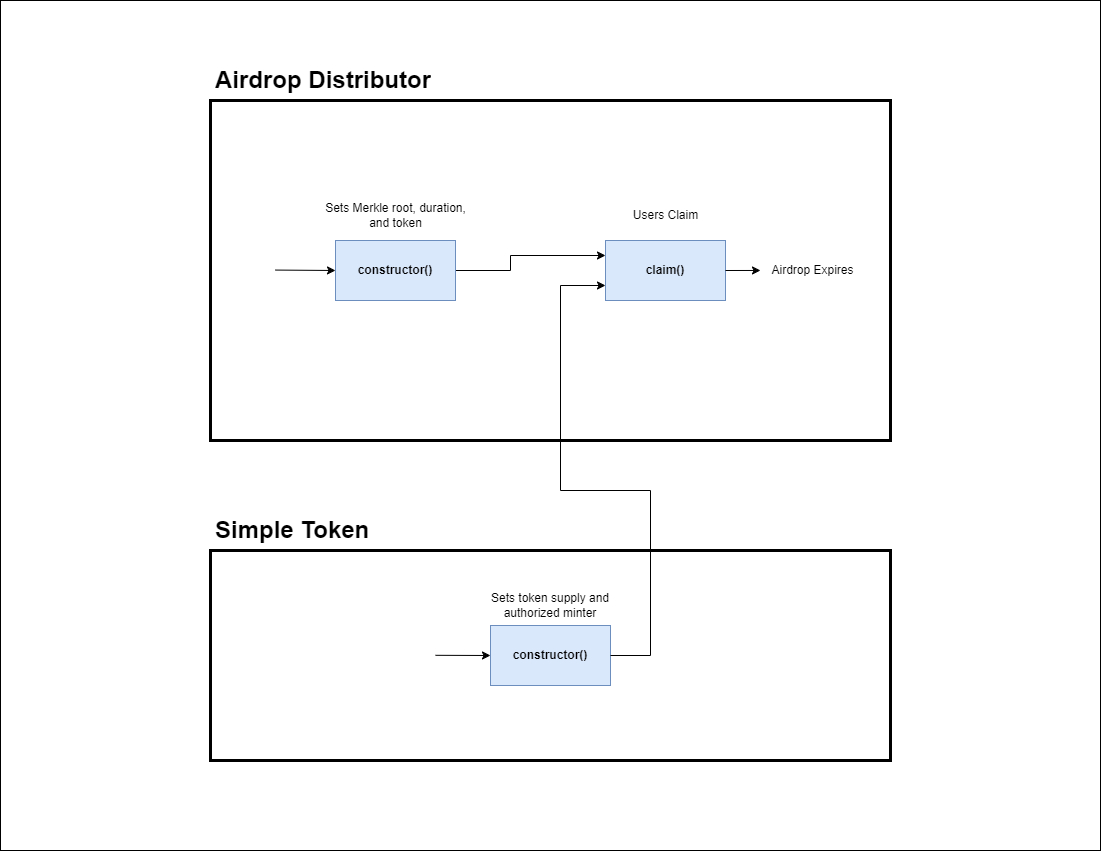
FuelLabs/sway-applications keeps this draw.io diagram as airdrop/.docs/airdrop-sequence-diagram.png. Above is the earlier version. Source tidied: cells renumbered, new cells last; positions are measured from the earlier drawing's top-left corner, leaving out a move shared by most shapes.
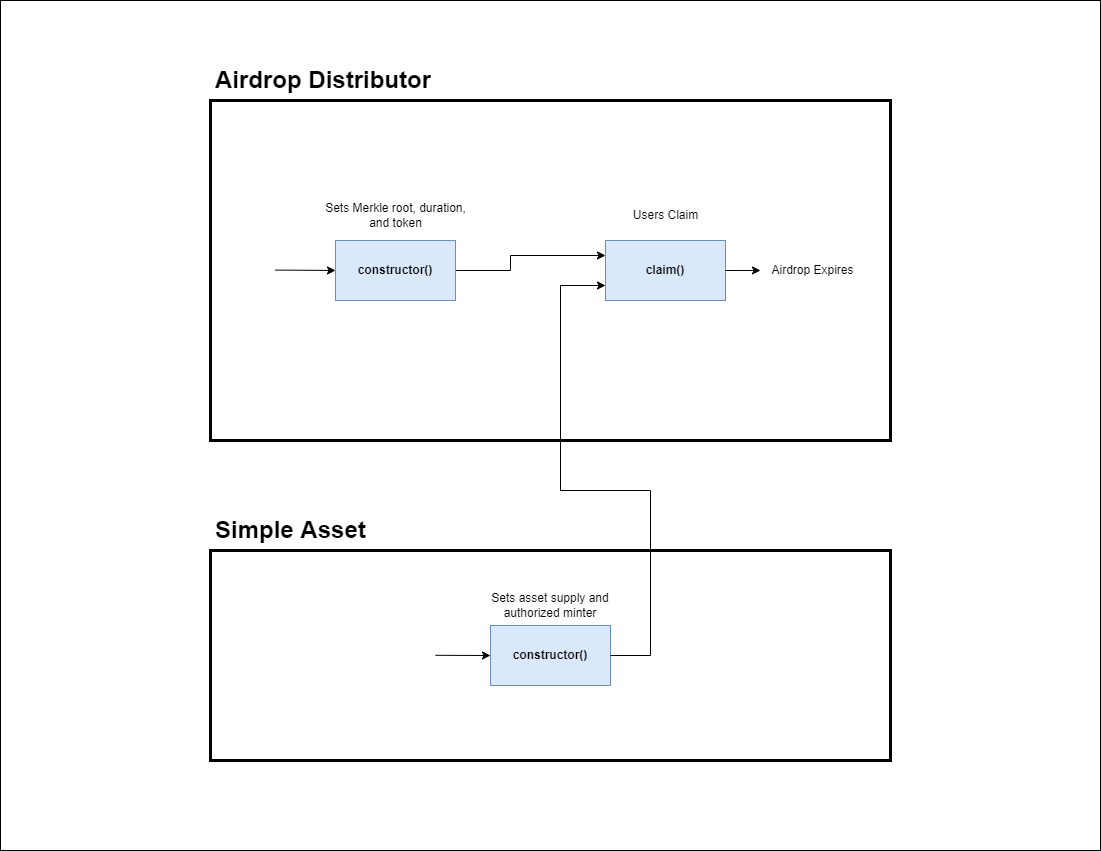
Above is the later version.

Commit message:
Update diagram for new asset terminology

The edit, as a diff of the source:
```diff
@@ -191,7 +191,7 @@
     <mxCell id="47" value="&lt;h1&gt;Airdrop Distributor&lt;/h1&gt;" style="text;html=1;strokeColor=none;fillColor=none;spacing=5;spacingTop=-20;whiteSpace=wrap;overflow=hidden;" parent="1" vertex="1">
       <mxGeometry x="210" y="60" width="275" height="120" as="geometry" />
     </mxCell>
-    <mxCell id="48" value="&lt;h1&gt;&lt;span style=&quot;background-color: initial;&quot;&gt;Simple Token&lt;/span&gt;&lt;br&gt;&lt;/h1&gt;" style="text;html=1;strokeColor=none;fillColor=none;spacing=5;spacingTop=-20;whiteSpace=wrap;overflow=hidden;" parent="1" vertex="1">
+    <mxCell id="48" value="&lt;h1&gt;&lt;span style=&quot;background-color: initial;&quot;&gt;Simple Asset&lt;/span&gt;&lt;br&gt;&lt;/h1&gt;" style="text;html=1;strokeColor=none;fillColor=none;spacing=5;spacingTop=-20;whiteSpace=wrap;overflow=hidden;" parent="1" vertex="1">
       <mxGeometry x="210" y="510" width="190" height="120" as="geometry" />
     </mxCell>
     <mxCell id="49" value="&lt;b&gt;constructor()&lt;/b&gt;" style="whiteSpace=wrap;html=1;strokeWidth=1;fillColor=#dae8fc;strokeColor=#6c8ebf;" parent="1" vertex="1">
@@ -208,7 +208,7 @@
     <mxCell id="52" style="endArrow=classic;html=1;entryX=0;entryY=0.5;entryDx=0;entryDy=0;exitX=1;exitY=0.5;exitDx=0;exitDy=0;rounded=0;" parent="1" edge="1" source="40" target="51">
       <mxGeometry relative="1" as="geometry" />
     </mxCell>
-    <mxCell id="53" value="Sets token supply and authorized minter" style="text;html=1;strokeColor=none;fillColor=none;align=center;verticalAlign=middle;whiteSpace=wrap;strokeWidth=1;" parent="1" vertex="1">
+    <mxCell id="53" value="Sets asset supply and authorized minter" style="text;html=1;strokeColor=none;fillColor=none;align=center;verticalAlign=middle;whiteSpace=wrap;strokeWidth=1;" parent="1" vertex="1">
       <mxGeometry x="485" y="590" width="130" height="30" as="geometry" />
     </mxCell>
     <mxCell id="54" style="endArrow=classic;html=1;rounded=0;labelBackgroundColor=default;strokeColor=default;fontFamily=Helvetica;fontSize=11;fontColor=default;shape=connector;jumpStyle=none;exitX=1;exitY=0.5;exitDx=0;exitDy=0;entryX=0;entryY=0.75;entryDx=0;entryDy=0;" parent="1" edge="1" source="49" target="40">
```
